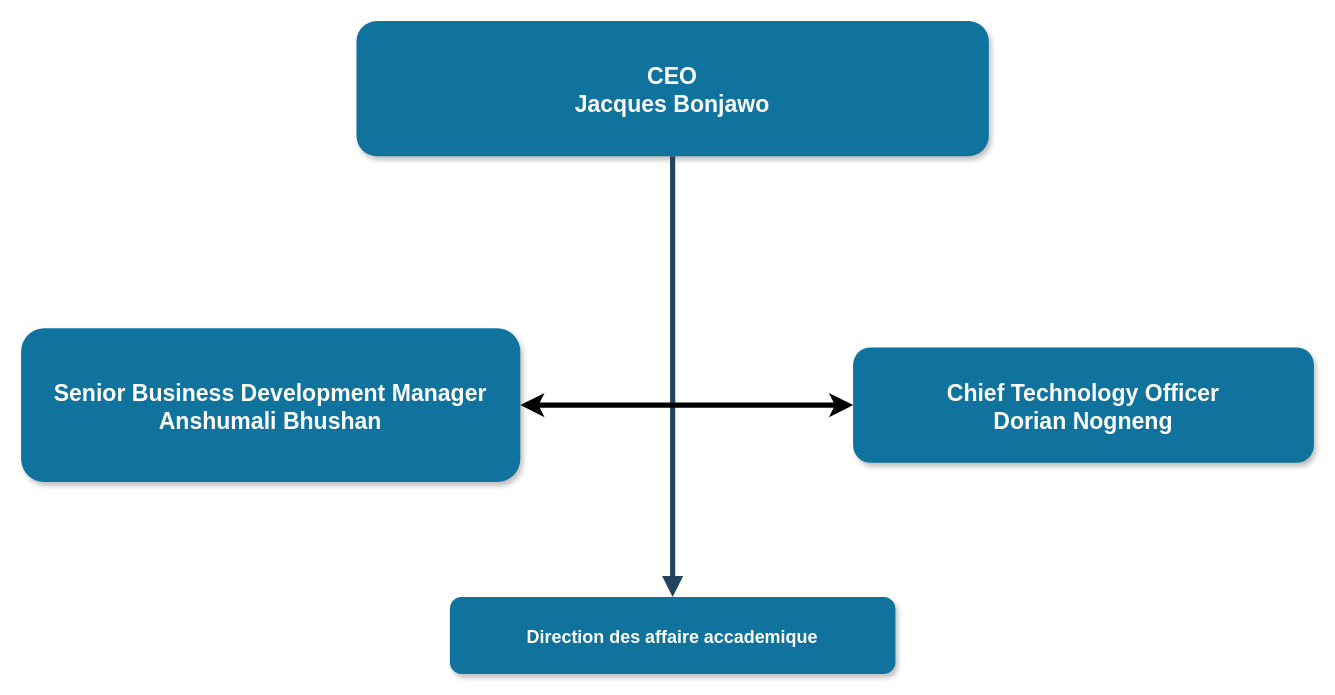
Earlier version of the draw.io diagram res/organigramme.drawio (Meshavegas/Fadhyl-Store). Source tidied: cells renumbered, new cells numbered last; positions are measured from the earlier drawing's top-left corner, leaving out a move shared by most shapes. Both pictures are drawn from the tidied source at 128%, with x=0, y=0 at pixel (20, 20).
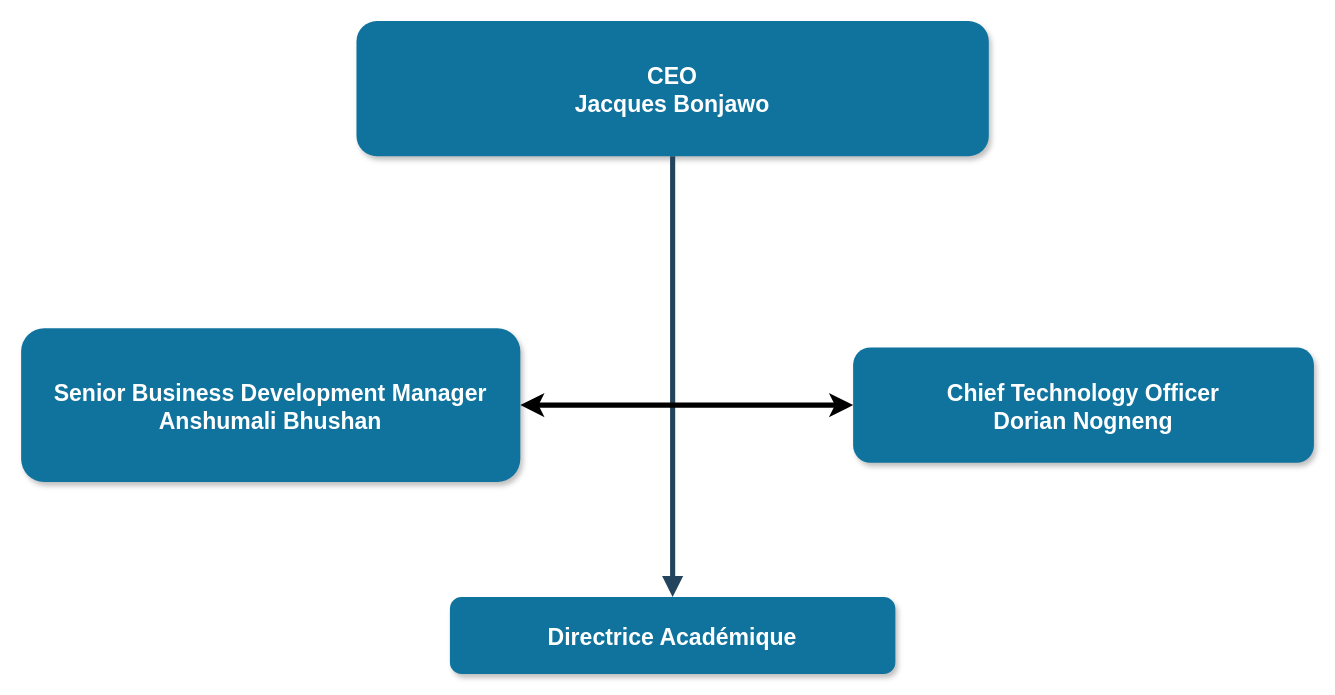
Above is the later version.

Diff of the diagram source:
```diff
@@
 <mxGraphModel>
   <root>
     <mxCell id="0" />
     <mxCell id="1" parent="0" />
     <mxCell id="2" value="CEO&#10;Jacques Bonjawo" style="rounded=1;fillColor=#10739E;strokeColor=none;shadow=1;gradientColor=none;fontStyle=1;fontColor=#FFFFFF;fontSize=18;" parent="1" vertex="1">
       <mxGeometry x="262" width="494" height="105.5" as="geometry" />
     </mxCell>
-    <mxCell id="3" value="Direction des affaire accademique" style="rounded=1;fillColor=#10739E;strokeColor=none;shadow=1;gradientColor=none;fontStyle=1;fontColor=#FFFFFF;fontSize=14;" parent="1" vertex="1">
+    <mxCell id="3" value="Directrice Académique" style="rounded=1;fillColor=#10739E;strokeColor=none;shadow=1;gradientColor=none;fontStyle=1;fontColor=#FFFFFF;fontSize=18;" parent="1" vertex="1">
       <mxGeometry x="335" y="450" width="348" height="60" as="geometry" />
     </mxCell>
     <mxCell id="4" value="Chief Technology Officer&#10;Dorian Nogneng" style="rounded=1;fillColor=#10739E;strokeColor=none;shadow=1;gradientColor=none;fontStyle=1;fontColor=#FFFFFF;fontSize=18;" parent="1" vertex="1">
       <mxGeometry x="650" y="255" width="360" height="90" as="geometry" />
     </mxCell>
     <mxCell id="5" style="edgeStyle=elbowEdgeStyle;elbow=vertical;strokeWidth=4;endArrow=block;endFill=1;fontStyle=1;strokeColor=#23445D;" parent="1" edge="1" source="2" target="3">
       <mxGeometry x="22" y="165.5" as="geometry" />
     </mxCell>
     <mxCell id="6" style="edgeStyle=orthogonalEdgeStyle;rounded=0;jettySize=auto;html=1;exitX=1;exitY=0.5;exitDx=0;exitDy=0;entryX=0;entryY=0.5;entryDx=0;entryDy=0;strokeWidth=4;startArrow=classic;startFill=1;" parent="1" edge="1" source="7" target="4">
       <mxGeometry relative="1" as="geometry" />
     </mxCell>
     <mxCell id="7" value="Senior Business Development Manager&#10;Anshumali Bhushan" style="rounded=1;fillColor=#10739E;strokeColor=none;shadow=1;gradientColor=none;fontStyle=1;fontColor=#FFFFFF;fontSize=18;" parent="1" vertex="1">
       <mxGeometry y="240" width="390" height="120" as="geometry" />
     </mxCell>
   </root>
 </mxGraphModel>
```
